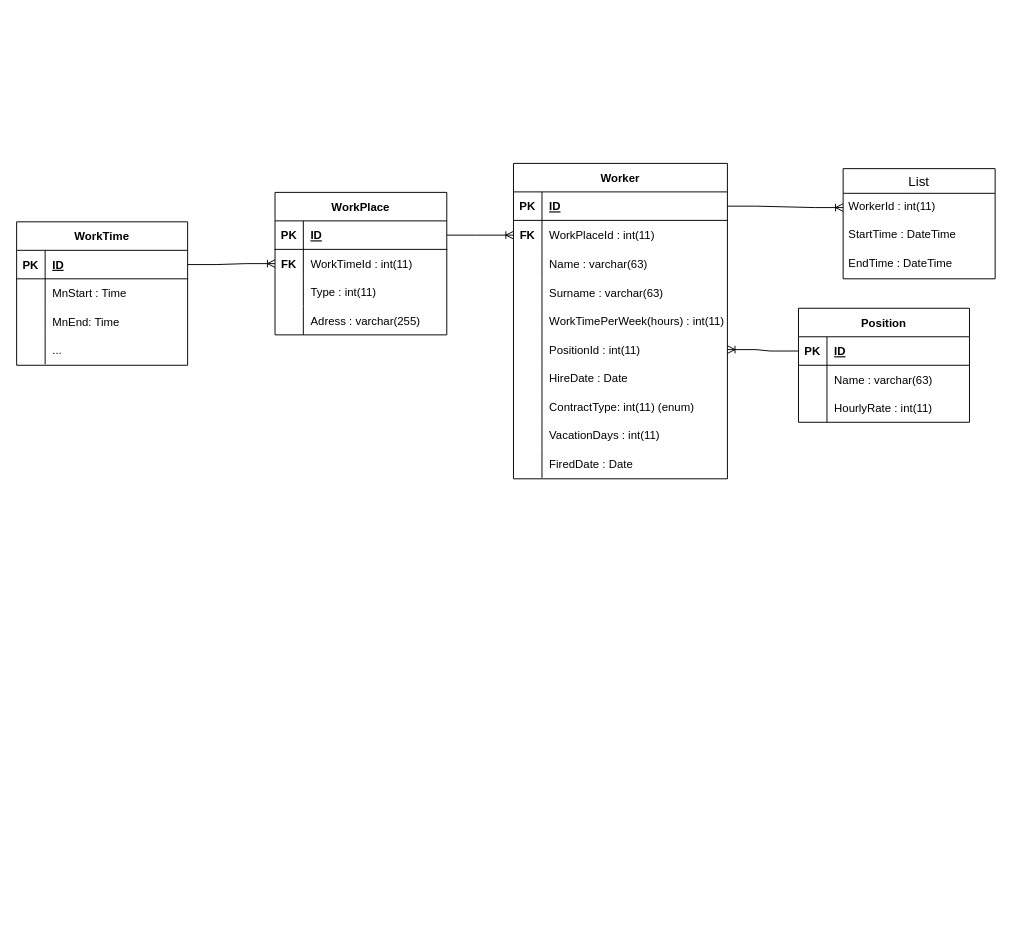
Above: Data&Er Table.drawio in XYphrodite/RIO (draw.io), before the change. Source tidied: cells renumbered, new cells numbered last; positions are measured from the earlier drawing's top-left corner, leaving out a move shared by most shapes. Both pictures are drawn from the tidied source at 95%, with x=0, y=0 at pixel (16, 152).
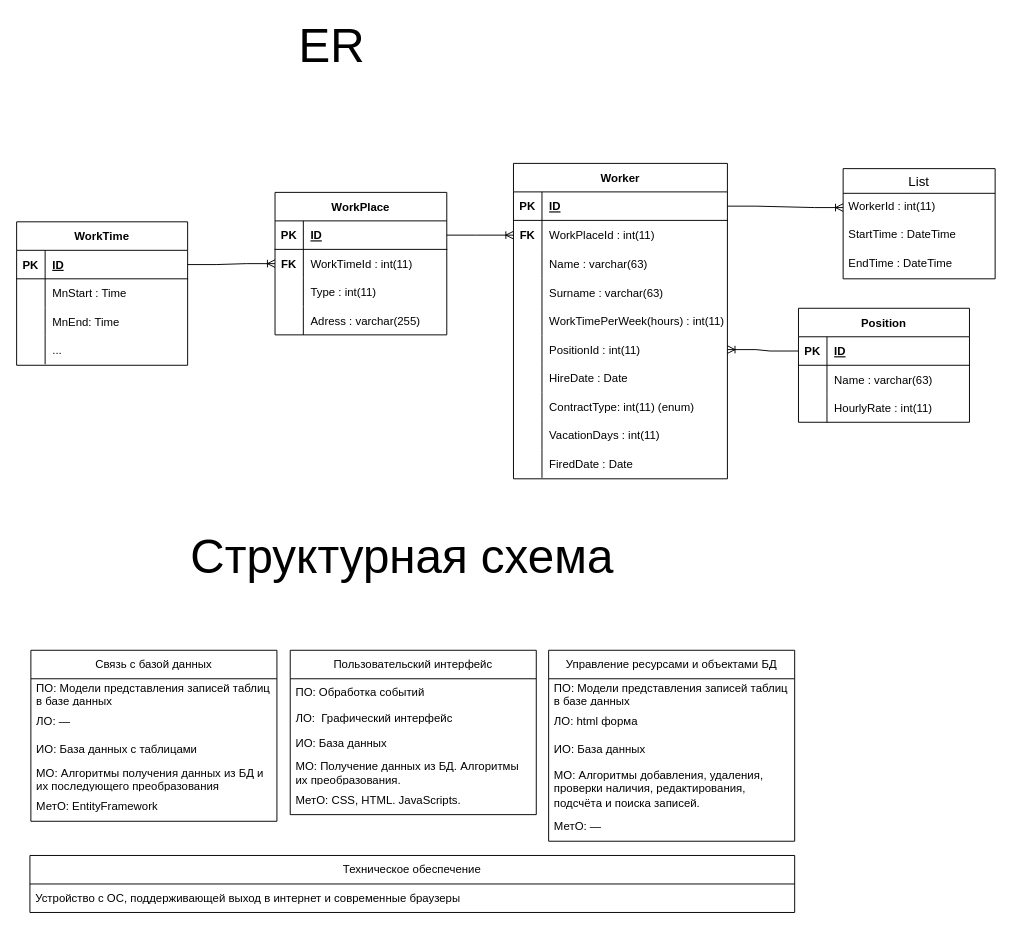
The same diagram, later.

The edit, as a diff of the source:
```diff
@@
+    <mxCell id="78" value="&lt;font style=&quot;font-size: 50px;&quot;&gt;ER&lt;/font&gt;" style="text;html=1;strokeColor=none;fillColor=none;align=center;verticalAlign=middle;whiteSpace=wrap;rounded=0;" parent="1" vertex="1">
+      <mxGeometry x="302" y="-128" width="60" height="30" as="geometry" />
+    </mxCell>
+    <mxCell id="79" value="Структурная схема" style="text;html=1;strokeColor=none;fillColor=none;align=center;verticalAlign=middle;whiteSpace=wrap;rounded=0;fontSize=50;" parent="1" vertex="1">
+      <mxGeometry x="143" y="410" width="526" height="30" as="geometry" />
+    </mxCell>
+    <mxCell id="80" value="Связь с базой данных" style="swimlane;fontStyle=0;horizontal=1;startSize=30;whiteSpace=wrap;html=1;fontSize=12;" parent="1" vertex="1">
+      <mxGeometry x="15" y="524" width="259" height="180" as="geometry" />
+    </mxCell>
+    <mxCell id="81" value="ПО: Модели представления записей таблиц в базе данных" style="text;strokeColor=none;fillColor=none;align=left;verticalAlign=middle;spacingLeft=4;spacingRight=4;overflow=hidden;whiteSpace=wrap;html=1;fontSize=12;" parent="80" vertex="1">
+      <mxGeometry y="30" width="259" height="30" as="geometry" />
+    </mxCell>
+    <mxCell id="82" value="ЛО: —" style="text;strokeColor=none;fillColor=none;align=left;verticalAlign=middle;spacingLeft=4;spacingRight=4;overflow=hidden;whiteSpace=wrap;html=1;fontSize=12;" parent="80" vertex="1">
+      <mxGeometry y="60" width="259" height="30" as="geometry" />
+    </mxCell>
+    <mxCell id="83" value="ИО: База данных с таблицами" style="text;strokeColor=none;fillColor=none;align=left;verticalAlign=middle;spacingLeft=4;spacingRight=4;overflow=hidden;whiteSpace=wrap;html=1;fontSize=12;" parent="80" vertex="1">
+      <mxGeometry y="90" width="259" height="30" as="geometry" />
+    </mxCell>
+    <mxCell id="84" value="МО: Алгоритмы получения данных из БД и их последующего преобразования" style="text;strokeColor=none;fillColor=none;align=left;verticalAlign=middle;spacingLeft=4;spacingRight=4;overflow=hidden;whiteSpace=wrap;html=1;fontSize=12;" parent="80" vertex="1">
+      <mxGeometry y="120" width="259" height="30" as="geometry" />
+    </mxCell>
+    <mxCell id="85" value="МетО: EntityFramework" style="text;strokeColor=none;fillColor=none;align=left;verticalAlign=middle;spacingLeft=4;spacingRight=4;overflow=hidden;whiteSpace=wrap;html=1;fontSize=12;" parent="80" vertex="1">
+      <mxGeometry y="150" width="259" height="30" as="geometry" />
+    </mxCell>
+    <mxCell id="86" value="Пользовательский интерфейс" style="swimlane;fontStyle=0;horizontal=1;startSize=30;whiteSpace=wrap;html=1;fontSize=12;" parent="1" vertex="1">
+      <mxGeometry x="288" y="524" width="259" height="173" as="geometry" />
+    </mxCell>
+    <mxCell id="87" value="ПО: Обработка событий" style="text;strokeColor=none;fillColor=none;align=left;verticalAlign=middle;spacingLeft=4;spacingRight=4;overflow=hidden;whiteSpace=wrap;html=1;fontSize=12;" parent="86" vertex="1">
+      <mxGeometry y="30" width="259" height="30" as="geometry" />
+    </mxCell>
+    <mxCell id="88" value="ЛО:&amp;nbsp; Графический интерфейс" style="text;strokeColor=none;fillColor=none;align=left;verticalAlign=middle;spacingLeft=4;spacingRight=4;overflow=hidden;whiteSpace=wrap;html=1;fontSize=12;" parent="86" vertex="1">
+      <mxGeometry y="60" width="259" height="23" as="geometry" />
+    </mxCell>
+    <mxCell id="89" value="ИО: База данных" style="text;strokeColor=none;fillColor=none;align=left;verticalAlign=middle;spacingLeft=4;spacingRight=4;overflow=hidden;whiteSpace=wrap;html=1;fontSize=12;" parent="86" vertex="1">
+      <mxGeometry y="83" width="259" height="30" as="geometry" />
+    </mxCell>
+    <mxCell id="90" value="МО: Получение данных из БД. Алгоритмы их преобразования." style="text;strokeColor=none;fillColor=none;align=left;verticalAlign=middle;spacingLeft=4;spacingRight=4;overflow=hidden;whiteSpace=wrap;html=1;fontSize=12;" parent="86" vertex="1">
+      <mxGeometry y="113" width="259" height="30" as="geometry" />
+    </mxCell>
+    <mxCell id="91" value="МетО: СSS, HTML. JavaScripts." style="text;strokeColor=none;fillColor=none;align=left;verticalAlign=middle;spacingLeft=4;spacingRight=4;overflow=hidden;whiteSpace=wrap;html=1;fontSize=12;" parent="86" vertex="1">
+      <mxGeometry y="143" width="259" height="30" as="geometry" />
+    </mxCell>
+    <mxCell id="92" value="Управление ресурсами и объектами БД" style="swimlane;fontStyle=0;horizontal=1;startSize=30;whiteSpace=wrap;html=1;fontSize=12;" parent="1" vertex="1">
+      <mxGeometry x="560" y="524" width="259" height="201" as="geometry" />
+    </mxCell>
+    <mxCell id="93" value="ПО: Модели представления записей таблиц в базе данных" style="text;strokeColor=none;fillColor=none;align=left;verticalAlign=middle;spacingLeft=4;spacingRight=4;overflow=hidden;whiteSpace=wrap;html=1;fontSize=12;" parent="92" vertex="1">
+      <mxGeometry y="30" width="259" height="30" as="geometry" />
+    </mxCell>
+    <mxCell id="94" value="ЛО: html форма&amp;nbsp;" style="text;strokeColor=none;fillColor=none;align=left;verticalAlign=middle;spacingLeft=4;spacingRight=4;overflow=hidden;whiteSpace=wrap;html=1;fontSize=12;" parent="92" vertex="1">
+      <mxGeometry y="60" width="259" height="30" as="geometry" />
+    </mxCell>
+    <mxCell id="95" value="ИО: База данных" style="text;strokeColor=none;fillColor=none;align=left;verticalAlign=middle;spacingLeft=4;spacingRight=4;overflow=hidden;whiteSpace=wrap;html=1;fontSize=12;" parent="92" vertex="1">
+      <mxGeometry y="90" width="259" height="30" as="geometry" />
+    </mxCell>
+    <mxCell id="96" value="МО: Алгоритмы добавления, удаления, проверки наличия, редактирования, подсчёта и поиска записей." style="text;strokeColor=none;fillColor=none;align=left;verticalAlign=middle;spacingLeft=4;spacingRight=4;overflow=hidden;whiteSpace=wrap;html=1;fontSize=12;" parent="92" vertex="1">
+      <mxGeometry y="120" width="259" height="51" as="geometry" />
+    </mxCell>
+    <mxCell id="97" value="МетО: —" style="text;strokeColor=none;fillColor=none;align=left;verticalAlign=middle;spacingLeft=4;spacingRight=4;overflow=hidden;whiteSpace=wrap;html=1;fontSize=12;" parent="92" vertex="1">
+      <mxGeometry y="171" width="259" height="30" as="geometry" />
+    </mxCell>
+    <mxCell id="98" value="Техническое обеспечение" style="swimlane;fontStyle=0;horizontal=1;startSize=30;whiteSpace=wrap;html=1;fontSize=12;" parent="1" vertex="1">
+      <mxGeometry x="14" y="740" width="805" height="60" as="geometry" />
+    </mxCell>
+    <mxCell id="99" value="Устройство с ОС, поддерживающей выход в интернет и современные браузеры" style="text;strokeColor=none;fillColor=none;align=left;verticalAlign=middle;spacingLeft=4;spacingRight=4;overflow=hidden;whiteSpace=wrap;html=1;fontSize=12;" parent="98" vertex="1">
+      <mxGeometry y="30" width="805" height="30" as="geometry" />
+    </mxCell>
```
